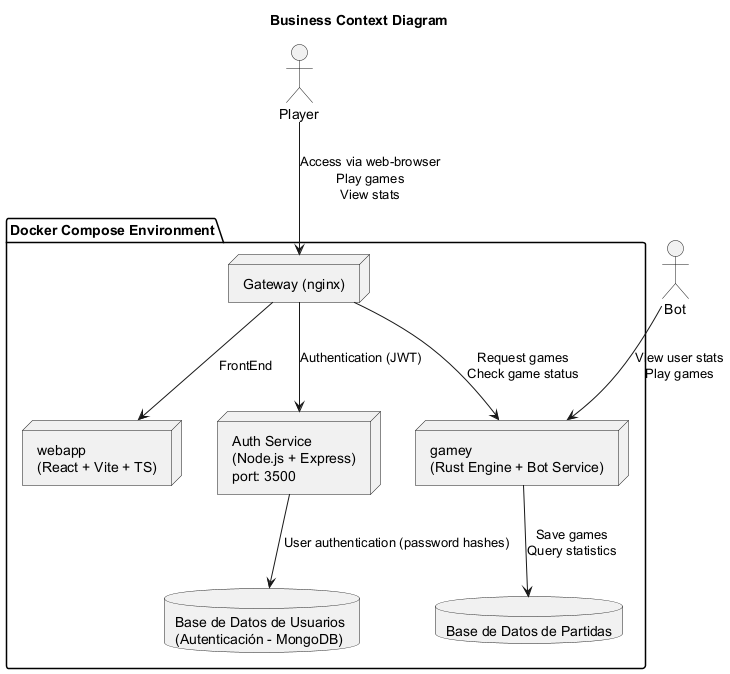
Earlier version of the PlantUML export images/business-context-diagram.png (Arquisoft/yovi_es4b).
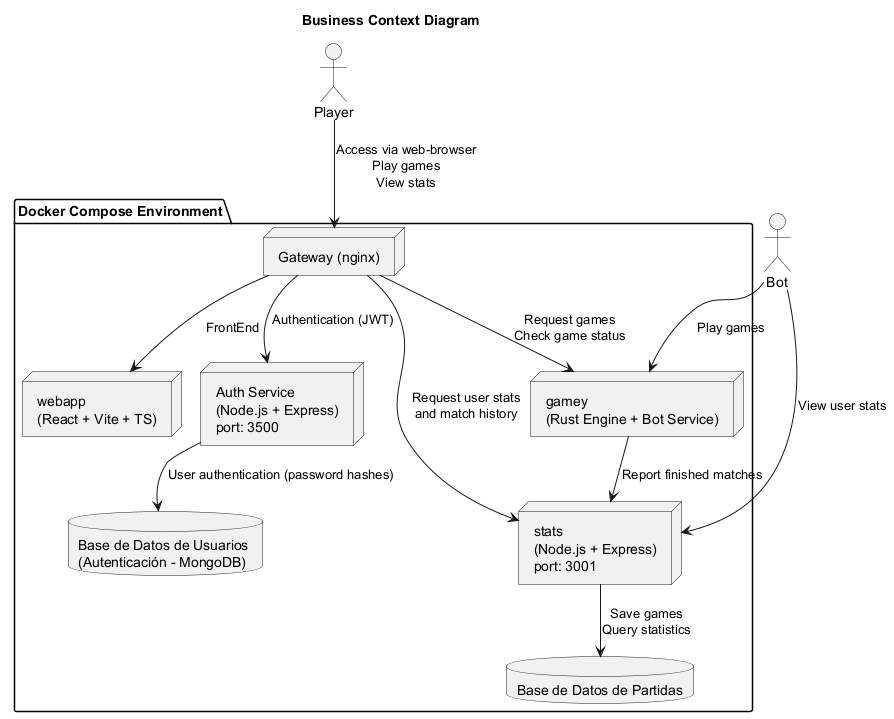
Above is the later version.

What changed in the source:
```diff
@@ -8,6 +8,7 @@
     node "Gateway (nginx)" as Gateway
     node "webapp\n(React + Vite + TS)" as WebApp
     node "Auth Service\n(Node.js + Express)\nport: 3500" as Auth
+    node "stats\n(Node.js + Express)\nport: 3001" as Stats
     node "gamey\n(Rust Engine + Bot Service)" as Gamey
     database "Base de Datos de Usuarios \n(Autenticación - MongoDB)" as UserDB
     database "Base de Datos de Partidas" as GameDB
@@ -15,10 +16,13 @@
 
 Player --> Gateway : Access via web-browser\nPlay games\nView stats
 Gateway --> WebApp : FrontEnd
-Bot --> Gamey : View user stats\nPlay games
+Bot --> Gamey : Play games
+Bot --> Stats : View user stats
 
 Gateway --> Auth : Authentication (JWT)\n
 Gateway --> Gamey : Request games\nCheck game status
+Gateway --> Stats : Request user stats\nand match history
 Auth --> UserDB : User authentication (password hashes)
-Gamey --> GameDB : Save games\nQuery statistics
+Gamey --> Stats : Report finished matches
+Stats --> GameDB : Save games\nQuery statistics
 @enduml
```
